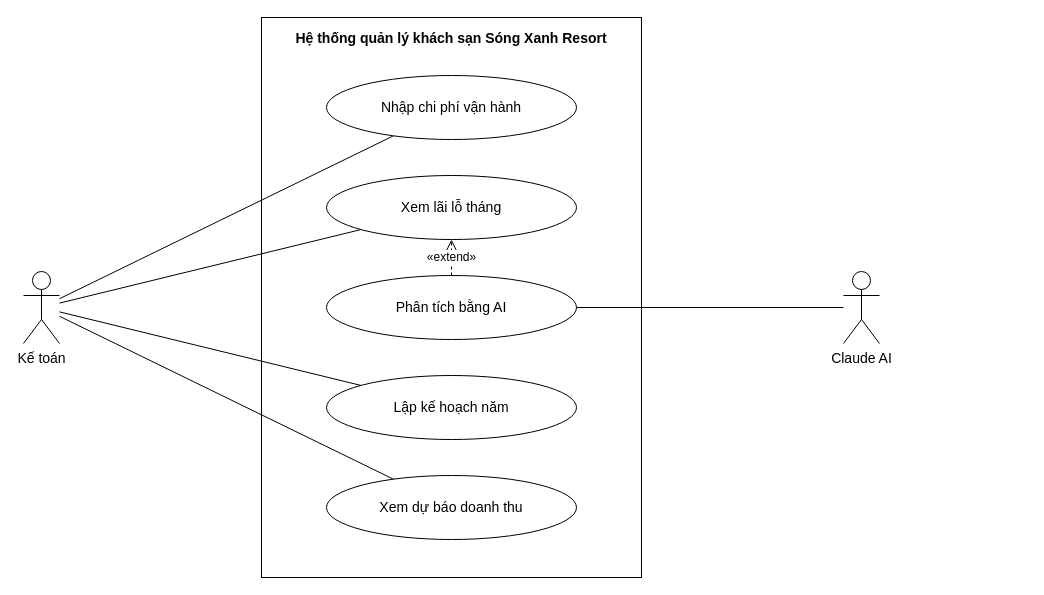
Before: docs/use-case/uc7-lai-lo-ai.drawio in ngynquchn2511/beach-hotel, a draw.io diagram. Source tidied: cells renumbered, new cells numbered last; positions are measured from the earlier drawing's top-left corner, leaving out a move shared by most shapes. Both pictures are drawn from the tidied source at 100%, with x=0, y=0 at pixel (23, 17).
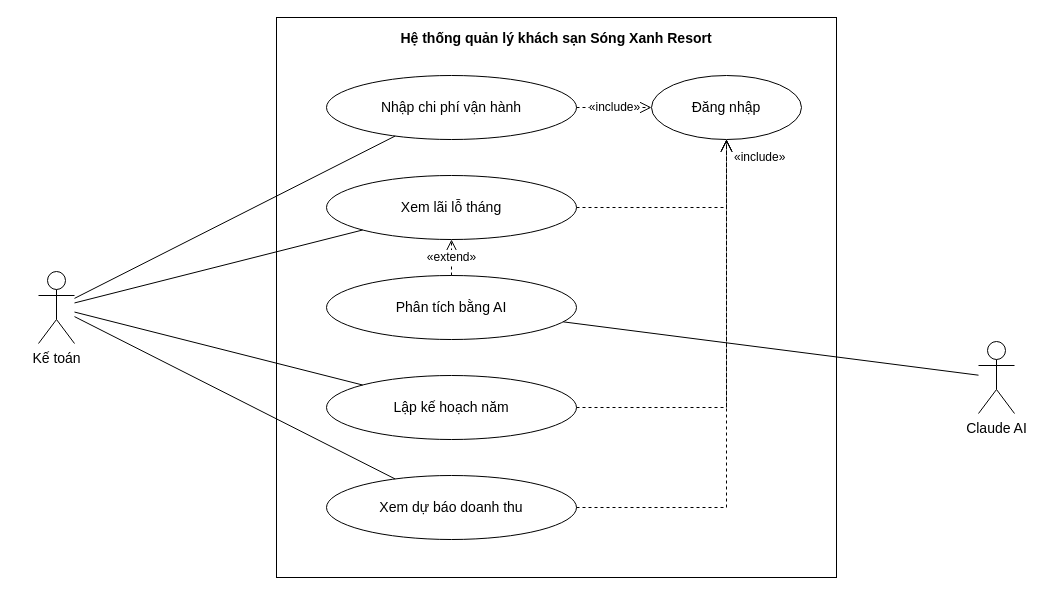
The same page after the edit.

The change refers to these unchanged cells:
```xml
<mxCell id="3" value="Nhập chi phí vận hành" style="fontFamily=Arial;fontColor=#000000;ellipse;whiteSpace=wrap;html=1;fillColor=#FFFFFF;strokeColor=#000000;fontSize=14;" parent="1" vertex="1">
  <mxGeometry x="303" y="58" width="250" height="64" as="geometry" />
</mxCell>
<mxCell id="4" value="Xem lãi lỗ tháng" style="fontFamily=Arial;fontColor=#000000;ellipse;whiteSpace=wrap;html=1;fillColor=#FFFFFF;strokeColor=#000000;fontSize=14;" parent="1" vertex="1">
  <mxGeometry x="303" y="158" width="250" height="64" as="geometry" />
</mxCell>
<mxCell id="6" value="Lập kế hoạch năm" style="fontFamily=Arial;fontColor=#000000;ellipse;whiteSpace=wrap;html=1;fillColor=#FFFFFF;strokeColor=#000000;fontSize=14;" parent="1" vertex="1">
  <mxGeometry x="303" y="358" width="250" height="64" as="geometry" />
</mxCell>
<mxCell id="7" value="Xem dự báo doanh thu" style="fontFamily=Arial;fontColor=#000000;ellipse;whiteSpace=wrap;html=1;fillColor=#FFFFFF;strokeColor=#000000;fontSize=14;" parent="1" vertex="1">
  <mxGeometry x="303" y="458" width="250" height="64" as="geometry" />
</mxCell>
```

Diff of the diagram source:
```diff
@@
     <mxCell id="2" value="Hệ thống quản lý khách sạn Sóng Xanh Resort" style="fontFamily=Arial;fontColor=#000000;rounded=0;whiteSpace=wrap;html=1;verticalAlign=top;fontStyle=1;fontSize=14;fillColor=none;strokeColor=#000000;spacingTop=6;" parent="1" vertex="1">
-      <mxGeometry x="238" width="380" height="560" as="geometry" />
+      <mxGeometry x="253" width="560" height="560" as="geometry" />
     </mxCell>
@@
-    <mxCell id="8" value="Kế toán" style="fontFamily=Arial;fontColor=#000000;shape=umlActor;verticalLabelPosition=bottom;verticalAlign=top;html=1;outlineConnect=0;fillColor=#FFFFFF;strokeColor=#000000;fontSize=14;" parent="1" vertex="1">
-      <mxGeometry y="254" width="36" height="72" as="geometry" />
+    <mxCell id="8" value="Đăng nhập" style="fontFamily=Arial;fontColor=#000000;ellipse;whiteSpace=wrap;html=1;fillColor=#FFFFFF;strokeColor=#000000;fontSize=14;" parent="1" vertex="1">
+      <mxGeometry x="628" y="58" width="150" height="64" as="geometry" />
     </mxCell>
-    <mxCell id="9" value="Claude AI" style="fontFamily=Arial;fontColor=#000000;shape=umlActor;verticalLabelPosition=bottom;verticalAlign=top;html=1;outlineConnect=0;fillColor=#FFFFFF;strokeColor=#000000;fontSize=14;" parent="1" vertex="1">
-      <mxGeometry x="820" y="254" width="36" height="72" as="geometry" />
-    </mxCell>
+    <mxCell id="16" value="«include»" style="fontFamily=Arial;fontColor=#000000;endArrow=open;endSize=10;dashed=1;html=1;strokeColor=#000000;rounded=0;fontSize=12;labelBackgroundColor=#FFFFFF;exitX=1;exitY=0.5;exitDx=0;exitDy=0;exitPerimeter=0;entryX=0;entryY=0.5;entryDx=0;entryDy=0;entryPerimeter=0;" parent="1" edge="1" source="3" target="8">
+      <mxGeometry relative="1" as="geometry" />
+    </mxCell>
-    <mxCell id="10" style="fontFamily=Arial;fontColor=#000000;endArrow=none;html=1;strokeColor=#000000;rounded=0;" parent="1" edge="1" source="8" target="3">
-      <mxGeometry relative="1" as="geometry" />
+    <mxCell id="10" style="fontFamily=Arial;fontColor=#000000;endArrow=open;endSize=10;dashed=1;html=1;strokeColor=#000000;rounded=0;fontSize=12;labelBackgroundColor=#FFFFFF;exitX=1;exitY=0.5;exitDx=0;exitDy=0;exitPerimeter=0;entryX=0.5;entryY=1;entryDx=0;entryDy=0;entryPerimeter=0;" parent="1" edge="1" source="4" target="8">
+      <mxGeometry relative="1" as="geometry">
+        <Array as="points">
+          <mxPoint x="703" y="190" />
+        </Array>
+      </mxGeometry>
     </mxCell>
-    <mxCell id="11" style="fontFamily=Arial;fontColor=#000000;endArrow=none;html=1;strokeColor=#000000;rounded=0;" parent="1" edge="1" source="8" target="4">
-      <mxGeometry relative="1" as="geometry" />
+    <mxCell id="11" style="fontFamily=Arial;fontColor=#000000;endArrow=open;endSize=10;dashed=1;html=1;strokeColor=#000000;rounded=0;fontSize=12;labelBackgroundColor=#FFFFFF;exitX=1;exitY=0.5;exitDx=0;exitDy=0;exitPerimeter=0;entryX=0.5;entryY=1;entryDx=0;entryDy=0;entryPerimeter=0;" parent="1" edge="1" source="6" target="8">
+      <mxGeometry relative="1" as="geometry">
+        <Array as="points">
+          <mxPoint x="703" y="390" />
+        </Array>
+      </mxGeometry>
     </mxCell>
-    <mxCell id="12" style="fontFamily=Arial;fontColor=#000000;endArrow=none;html=1;strokeColor=#000000;rounded=0;" parent="1" edge="1" source="8" target="6">
-      <mxGeometry relative="1" as="geometry" />
+    <mxCell id="12" style="fontFamily=Arial;fontColor=#000000;endArrow=open;endSize=10;dashed=1;html=1;strokeColor=#000000;rounded=0;fontSize=12;labelBackgroundColor=#FFFFFF;exitX=1;exitY=0.5;exitDx=0;exitDy=0;exitPerimeter=0;entryX=0.5;entryY=1;entryDx=0;entryDy=0;entryPerimeter=0;" parent="1" edge="1" source="7" target="8">
+      <mxGeometry relative="1" as="geometry">
+        <Array as="points">
+          <mxPoint x="703" y="490" />
+        </Array>
+      </mxGeometry>
     </mxCell>
-    <mxCell id="13" style="fontFamily=Arial;fontColor=#000000;endArrow=none;html=1;strokeColor=#000000;rounded=0;" parent="1" edge="1" source="8" target="7">
-      <mxGeometry relative="1" as="geometry" />
-    </mxCell>
+    <mxCell id="17" value="«include»" style="fontFamily=Arial;fontColor=#000000;text;html=1;align=left;verticalAlign=middle;fontSize=12;strokeColor=none;fillColor=none;" parent="1" vertex="1">
+      <mxGeometry x="709" y="130" width="80" height="20" as="geometry" />
+    </mxCell>
+    <mxCell id="18" value="Kế toán" style="fontFamily=Arial;fontColor=#000000;shape=umlActor;verticalLabelPosition=bottom;verticalAlign=top;html=1;outlineConnect=0;fillColor=#FFFFFF;strokeColor=#000000;fontSize=14;" parent="1" vertex="1">
+      <mxGeometry x="15" y="254" width="36" height="72" as="geometry" />
+    </mxCell>
+    <mxCell id="9" value="Claude AI" style="fontFamily=Arial;fontColor=#000000;shape=umlActor;verticalLabelPosition=bottom;verticalAlign=top;html=1;outlineConnect=0;fillColor=#FFFFFF;strokeColor=#000000;fontSize=14;" parent="1" vertex="1">
+      <mxGeometry x="955" y="324" width="36" height="72" as="geometry" />
+    </mxCell>
+    <mxCell id="19" style="fontFamily=Arial;fontColor=#000000;endArrow=none;html=1;strokeColor=#000000;rounded=0;" parent="1" edge="1" source="18" target="3">
+      <mxGeometry relative="1" as="geometry" />
+    </mxCell>
+    <mxCell id="20" style="fontFamily=Arial;fontColor=#000000;endArrow=none;html=1;strokeColor=#000000;rounded=0;" parent="1" edge="1" source="18" target="4">
+      <mxGeometry relative="1" as="geometry" />
+    </mxCell>
+    <mxCell id="21" style="fontFamily=Arial;fontColor=#000000;endArrow=none;html=1;strokeColor=#000000;rounded=0;" parent="1" edge="1" source="18" target="6">
+      <mxGeometry relative="1" as="geometry" />
+    </mxCell>
+    <mxCell id="22" style="fontFamily=Arial;fontColor=#000000;endArrow=none;html=1;strokeColor=#000000;rounded=0;" parent="1" edge="1" source="18" target="7">
+      <mxGeometry relative="1" as="geometry" />
+    </mxCell>
```
